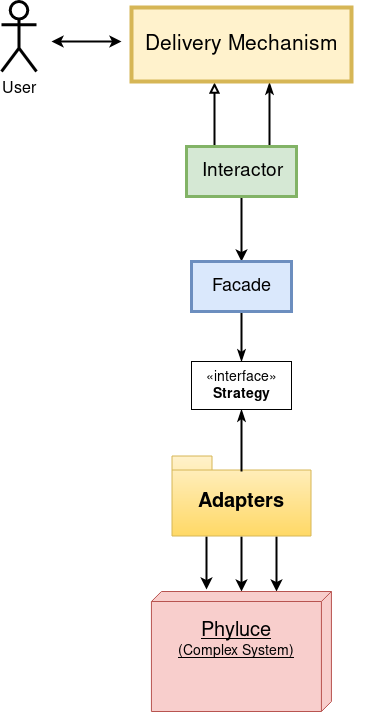
Earlier version of the draw.io export doc/img/uceasy_architecture.png (uceasy/uceasy). Source tidied: cells renumbered, new cells last; positions are measured from the earlier drawing's top-left corner, leaving out a move shared by most shapes. Its diagram source:
```xml
<mxGraphModel>
  <root>
    <mxCell id="0" />
    <mxCell id="1" parent="0" />
    <mxCell id="2" style="edgeStyle=orthogonalEdgeStyle;rounded=0;jettySize=auto;html=1;exitX=0.5;exitY=1;exitDx=0;exitDy=0;entryX=0.5;entryY=0;entryDx=0;entryDy=0;strokeWidth=2;" parent="1" edge="1" source="5" target="7">
      <mxGeometry relative="1" as="geometry" />
    </mxCell>
    <mxCell id="3" style="edgeStyle=orthogonalEdgeStyle;rounded=0;jettySize=auto;html=1;exitX=0.25;exitY=0;exitDx=0;exitDy=0;entryX=0.375;entryY=1.02;entryDx=0;entryDy=0;entryPerimeter=0;startArrow=none;startFill=0;endArrow=block;endFill=0;strokeWidth=2;" parent="1" edge="1" source="5" target="16">
      <mxGeometry relative="1" as="geometry" />
    </mxCell>
    <mxCell id="4" style="edgeStyle=orthogonalEdgeStyle;rounded=0;jettySize=auto;html=1;exitX=0.75;exitY=0;exitDx=0;exitDy=0;entryX=0.625;entryY=1.017;entryDx=0;entryDy=0;entryPerimeter=0;startArrow=none;startFill=0;endArrow=classicThin;endFill=1;strokeWidth=2;" parent="1" edge="1" source="5" target="16">
      <mxGeometry relative="1" as="geometry" />
    </mxCell>
    <mxCell id="5" value="&lt;font style=&quot;font-size: 19px&quot;&gt;Interactor&lt;/font&gt;" style="rounded=0;whiteSpace=wrap;html=1;strokeWidth=3;strokeColor=#82b366;fillColor=#d5e8d4;" parent="1" vertex="1">
      <mxGeometry x="185" y="145" width="110" height="50" as="geometry" />
    </mxCell>
    <mxCell id="6" style="edgeStyle=orthogonalEdgeStyle;rounded=0;jettySize=auto;html=1;exitX=0.5;exitY=1;exitDx=0;exitDy=0;entryX=0.5;entryY=0;entryDx=0;entryDy=0;startArrow=none;startFill=0;endArrow=classicThin;endFill=1;strokeWidth=2;" parent="1" edge="1" source="7" target="13">
      <mxGeometry relative="1" as="geometry" />
    </mxCell>
    <mxCell id="7" value="&lt;font style=&quot;font-size: 18px&quot;&gt;Facade&lt;/font&gt;" style="html=1;strokeWidth=3;fillColor=#dae8fc;strokeColor=#6c8ebf;" parent="1" vertex="1">
      <mxGeometry x="190" y="260" width="100" height="50" as="geometry" />
    </mxCell>
    <mxCell id="8" style="edgeStyle=orthogonalEdgeStyle;rounded=0;jettySize=auto;html=1;exitX=0.5;exitY=1;exitDx=0;exitDy=0;exitPerimeter=0;entryX=0;entryY=0.499;entryDx=0;entryDy=0;entryPerimeter=0;strokeWidth=2;" parent="1" edge="1" source="11" target="14">
      <mxGeometry relative="1" as="geometry" />
    </mxCell>
    <mxCell id="9" style="edgeStyle=orthogonalEdgeStyle;rounded=0;jettySize=auto;html=1;exitX=0.25;exitY=1;exitDx=0;exitDy=0;exitPerimeter=0;entryX=-0.015;entryY=0.692;entryDx=0;entryDy=0;entryPerimeter=0;strokeWidth=2;" parent="1" edge="1" source="11" target="14">
      <mxGeometry relative="1" as="geometry" />
    </mxCell>
    <mxCell id="10" style="edgeStyle=orthogonalEdgeStyle;rounded=0;jettySize=auto;html=1;exitX=0.75;exitY=1;exitDx=0;exitDy=0;exitPerimeter=0;entryX=0;entryY=0.306;entryDx=0;entryDy=0;entryPerimeter=0;strokeWidth=2;" parent="1" edge="1" source="11" target="14">
      <mxGeometry relative="1" as="geometry" />
    </mxCell>
    <mxCell id="11" value="&lt;font style=&quot;font-size: 20px&quot;&gt;Adapters&lt;/font&gt;" style="shape=folder;fontStyle=1;spacingTop=10;tabWidth=40;tabHeight=14;tabPosition=left;html=1;gradientColor=#ffd966;fillColor=#fff2cc;strokeColor=#d6b656;" parent="1" vertex="1">
      <mxGeometry x="170.5" y="454.5" width="139" height="80" as="geometry" />
    </mxCell>
    <mxCell id="12" style="edgeStyle=orthogonalEdgeStyle;rounded=0;jettySize=auto;html=1;exitX=0.5;exitY=1;exitDx=0;exitDy=0;entryX=0.501;entryY=0.189;entryDx=0;entryDy=0;entryPerimeter=0;endArrow=none;endFill=0;strokeWidth=2;startArrow=classicThin;startFill=1;" parent="1" edge="1" source="13" target="11">
      <mxGeometry relative="1" as="geometry" />
    </mxCell>
    <mxCell id="13" value="&lt;font style=&quot;font-size: 14px&quot;&gt;«interface»&lt;br&gt;&lt;/font&gt;&lt;div style=&quot;font-size: 14px&quot;&gt;&lt;font style=&quot;font-size: 14px&quot;&gt;&lt;b&gt;Strategy&lt;/b&gt;&lt;/font&gt;&lt;/div&gt;" style="html=1;" parent="1" vertex="1">
      <mxGeometry x="190" y="360" width="100" height="48" as="geometry" />
    </mxCell>
    <mxCell id="14" value="&lt;blockquote&gt;&lt;blockquote&gt;&lt;div align=&quot;center&quot;&gt;&lt;font style=&quot;font-size: 20px&quot;&gt;Phyluce&lt;/font&gt;&lt;/div&gt;&lt;div style=&quot;font-size: 14px&quot; align=&quot;center&quot;&gt;&lt;font style=&quot;font-size: 14px&quot;&gt;(Complex System)&lt;br&gt;&lt;/font&gt;&lt;/div&gt;&lt;/blockquote&gt;&lt;/blockquote&gt;" style="verticalAlign=top;align=center;spacingTop=8;spacingLeft=2;spacingRight=12;shape=cube;size=10;direction=south;fontStyle=4;html=1;fillColor=#f8cecc;strokeColor=#b85450;" parent="1" vertex="1">
      <mxGeometry x="149.9" y="590" width="180" height="120" as="geometry" />
    </mxCell>
    <mxCell id="15" value="&lt;div style=&quot;font-size: 16px&quot;&gt;&lt;font style=&quot;font-size: 16px&quot;&gt;User&lt;/font&gt;&lt;/div&gt;&lt;div style=&quot;font-size: 16px&quot;&gt;&lt;br&gt;&lt;/div&gt;" style="shape=umlActor;verticalLabelPosition=bottom;labelBackgroundColor=#ffffff;verticalAlign=top;html=1;strokeWidth=3;" parent="1" vertex="1">
      <mxGeometry width="35" height="70" as="geometry" />
    </mxCell>
    <mxCell id="16" value="&lt;font style=&quot;font-size: 21px&quot;&gt;Delivery Mechanism&lt;br&gt;&lt;/font&gt;" style="html=1;strokeColor=#d6b656;strokeWidth=4;align=center;fillColor=#fff2cc;" parent="1" vertex="1">
      <mxGeometry x="130" y="6" width="220" height="74" as="geometry" />
    </mxCell>
    <mxCell id="17" style="endArrow=classic;startArrow=classic;html=1;strokeWidth=2;" parent="1" edge="1">
      <mxGeometry relative="1" as="geometry">
        <mxPoint x="50" y="40" as="sourcePoint" />
        <mxPoint x="120" y="40" as="targetPoint" />
      </mxGeometry>
    </mxCell>
  </root>
</mxGraphModel>
```
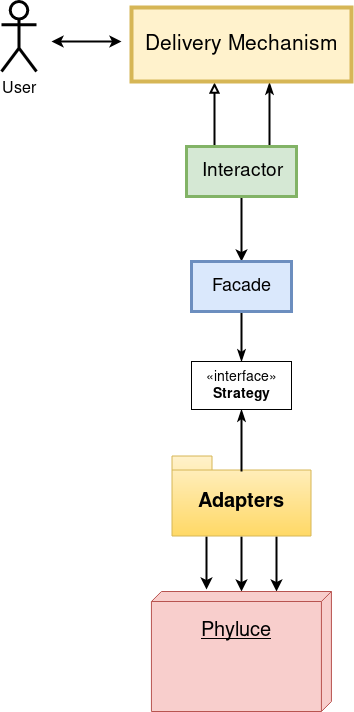
The same diagram one commit later.

Commit message:
Remove old architecture image

The edit, as a diff of the source:
```diff
@@ -38,7 +38,7 @@
     <mxCell id="13" value="&lt;font style=&quot;font-size: 14px&quot;&gt;«interface»&lt;br&gt;&lt;/font&gt;&lt;div style=&quot;font-size: 14px&quot;&gt;&lt;font style=&quot;font-size: 14px&quot;&gt;&lt;b&gt;Strategy&lt;/b&gt;&lt;/font&gt;&lt;/div&gt;" style="html=1;" parent="1" vertex="1">
       <mxGeometry x="190" y="360" width="100" height="48" as="geometry" />
     </mxCell>
-    <mxCell id="14" value="&lt;blockquote&gt;&lt;blockquote&gt;&lt;div align=&quot;center&quot;&gt;&lt;font style=&quot;font-size: 20px&quot;&gt;Phyluce&lt;/font&gt;&lt;/div&gt;&lt;div style=&quot;font-size: 14px&quot; align=&quot;center&quot;&gt;&lt;font style=&quot;font-size: 14px&quot;&gt;(Complex System)&lt;br&gt;&lt;/font&gt;&lt;/div&gt;&lt;/blockquote&gt;&lt;/blockquote&gt;" style="verticalAlign=top;align=center;spacingTop=8;spacingLeft=2;spacingRight=12;shape=cube;size=10;direction=south;fontStyle=4;html=1;fillColor=#f8cecc;strokeColor=#b85450;" parent="1" vertex="1">
+    <mxCell id="14" value="&lt;blockquote&gt;&lt;blockquote&gt;&lt;div align=&quot;center&quot;&gt;&lt;font style=&quot;font-size: 20px&quot;&gt;Phyluce&lt;/font&gt;&lt;/div&gt;&lt;div style=&quot;font-size: 14px&quot; align=&quot;center&quot;&gt;&lt;font style=&quot;font-size: 14px&quot;&gt;&lt;br&gt;&lt;/font&gt;&lt;/div&gt;&lt;/blockquote&gt;&lt;/blockquote&gt;" style="verticalAlign=top;align=center;spacingTop=8;spacingLeft=2;spacingRight=12;shape=cube;size=10;direction=south;fontStyle=4;html=1;fillColor=#f8cecc;strokeColor=#b85450;" parent="1" vertex="1">
       <mxGeometry x="149.9" y="590" width="180" height="120" as="geometry" />
     </mxCell>
     <mxCell id="15" value="&lt;div style=&quot;font-size: 16px&quot;&gt;&lt;font style=&quot;font-size: 16px&quot;&gt;User&lt;/font&gt;&lt;/div&gt;&lt;div style=&quot;font-size: 16px&quot;&gt;&lt;br&gt;&lt;/div&gt;" style="shape=umlActor;verticalLabelPosition=bottom;labelBackgroundColor=#ffffff;verticalAlign=top;html=1;strokeWidth=3;" parent="1" vertex="1">
```
